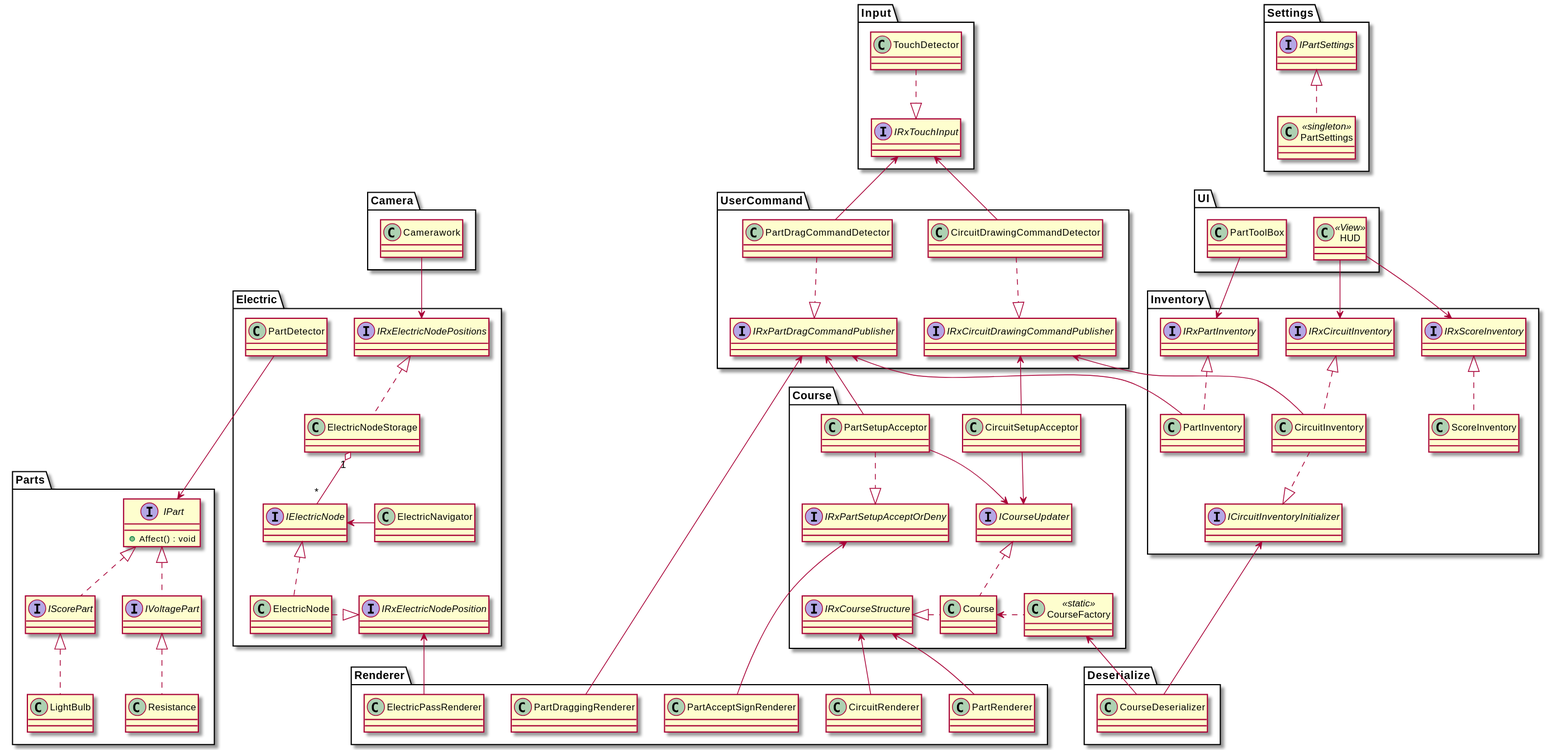
Above: ClassDiagram/ElSchema.svg in EleCuit-02106/Docs (PlantUML), before the change.
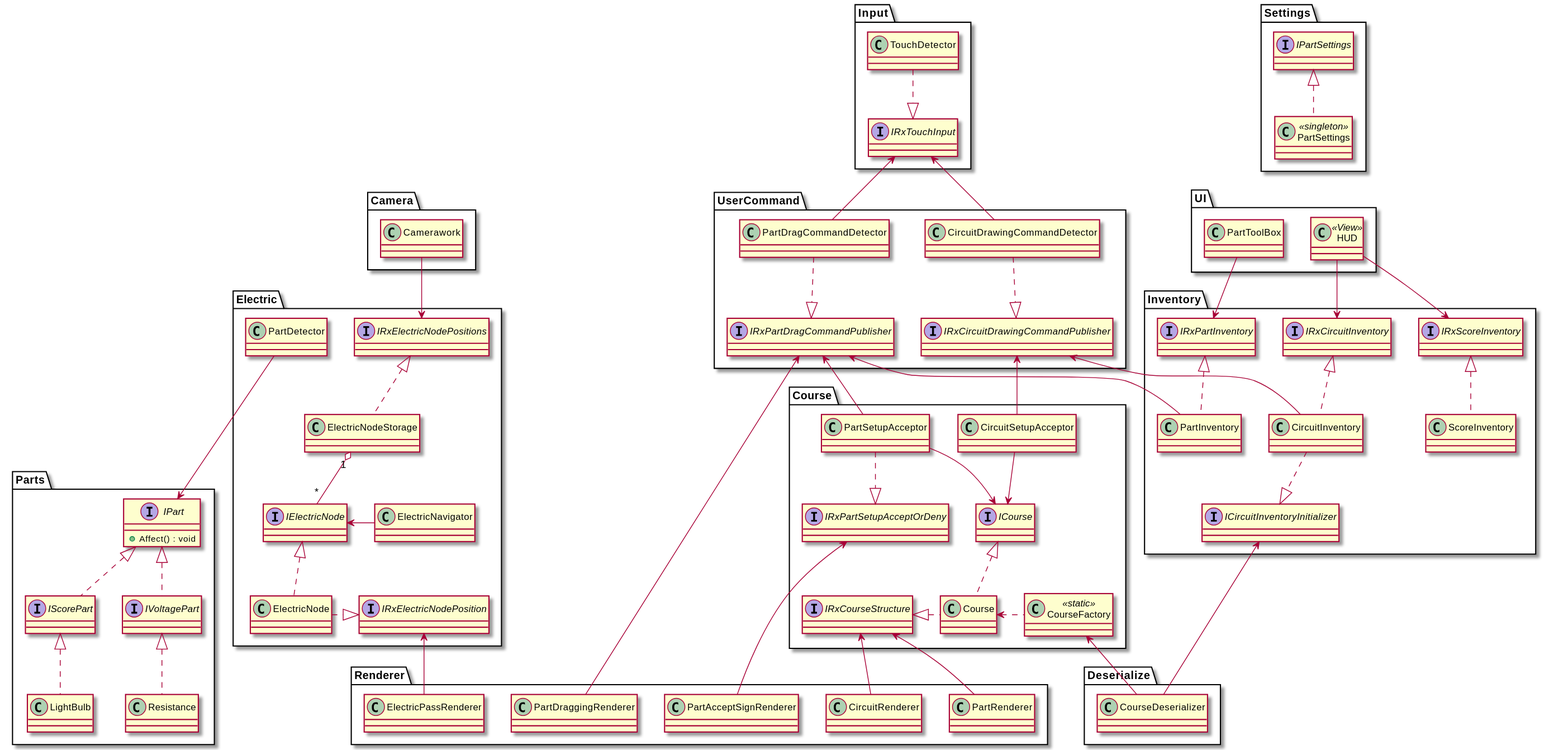
The same diagram one commit later.

Commit message:
ICourseUpdater→ICourse

Diff of the diagram source:
```diff
@@ -27,9 +27,9 @@
 
 namespace Course {
     class Course
-    interface ICourseUpdater
+    interface ICourse
     interface IRxCourseStructure
-    ICourseUpdater <|.. Course
+    ICourse <|.. Course
     IRxCourseStructure <|. Course
 
     class CourseFactory<<static>>
@@ -39,11 +39,11 @@
     UserCommand.IRxPartDragCommandPublisher <-- PartSetupAcceptor
     interface IRxPartSetupAcceptOrDeny
     PartSetupAcceptor ..|> IRxPartSetupAcceptOrDeny
-    PartSetupAcceptor --> ICourseUpdater
+    PartSetupAcceptor --> ICourse
 
     class CircuitSetupAcceptor
     UserCommand.IRxCircuitDrawingCommandPublisher <-- CircuitSetupAcceptor
-    CircuitSetupAcceptor --> ICourseUpdater
+    CircuitSetupAcceptor --> ICourse
 }
 
 namespace Deserialize {
```
